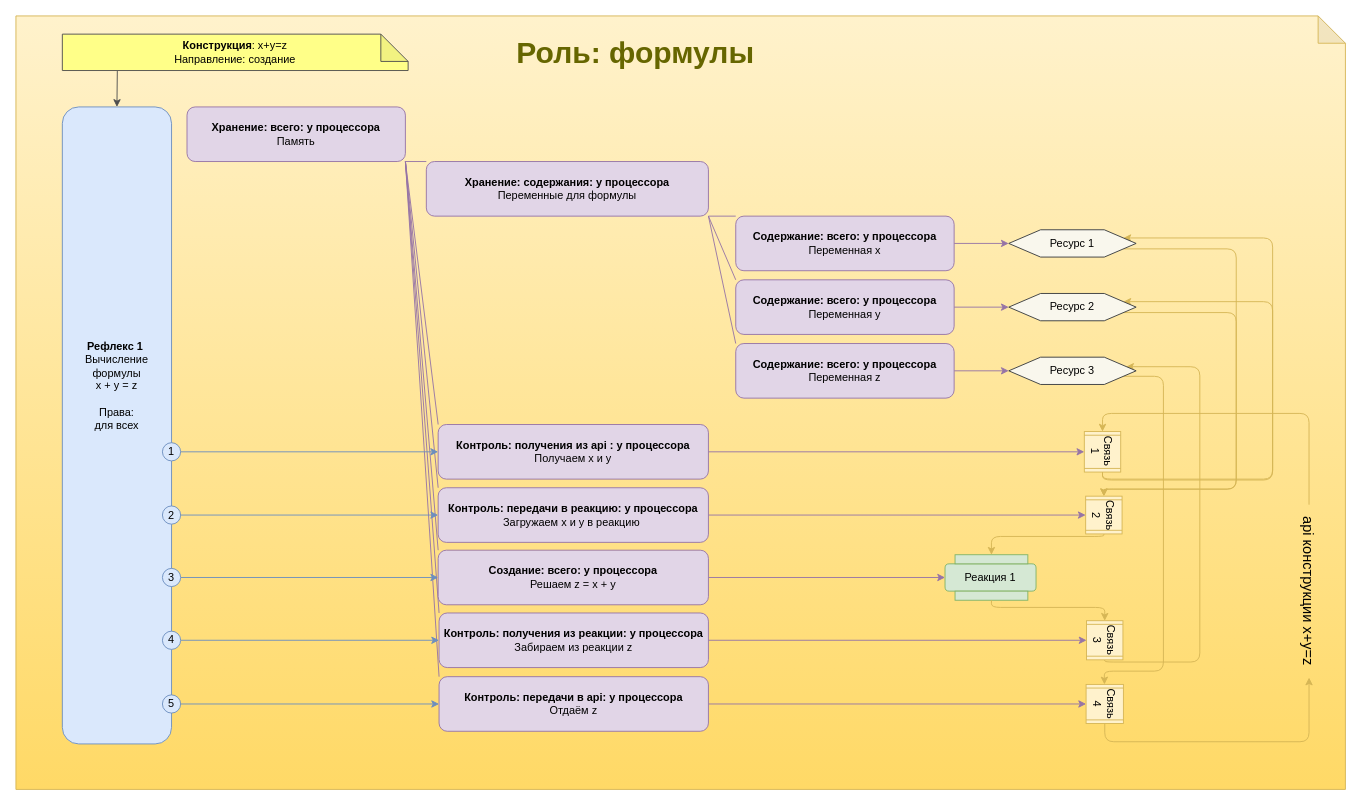
Above: Картинки/Взаимодействие ядра.drawio in it-architector/invention.csdr (draw.io), before the change. Source tidied: cells renumbered, new cells numbered last; positions are measured from the earlier drawing's top-left corner, leaving out a move shared by most shapes. Both pictures are drawn from the tidied source at 91%, with x=0, y=0 at pixel (15, 15).
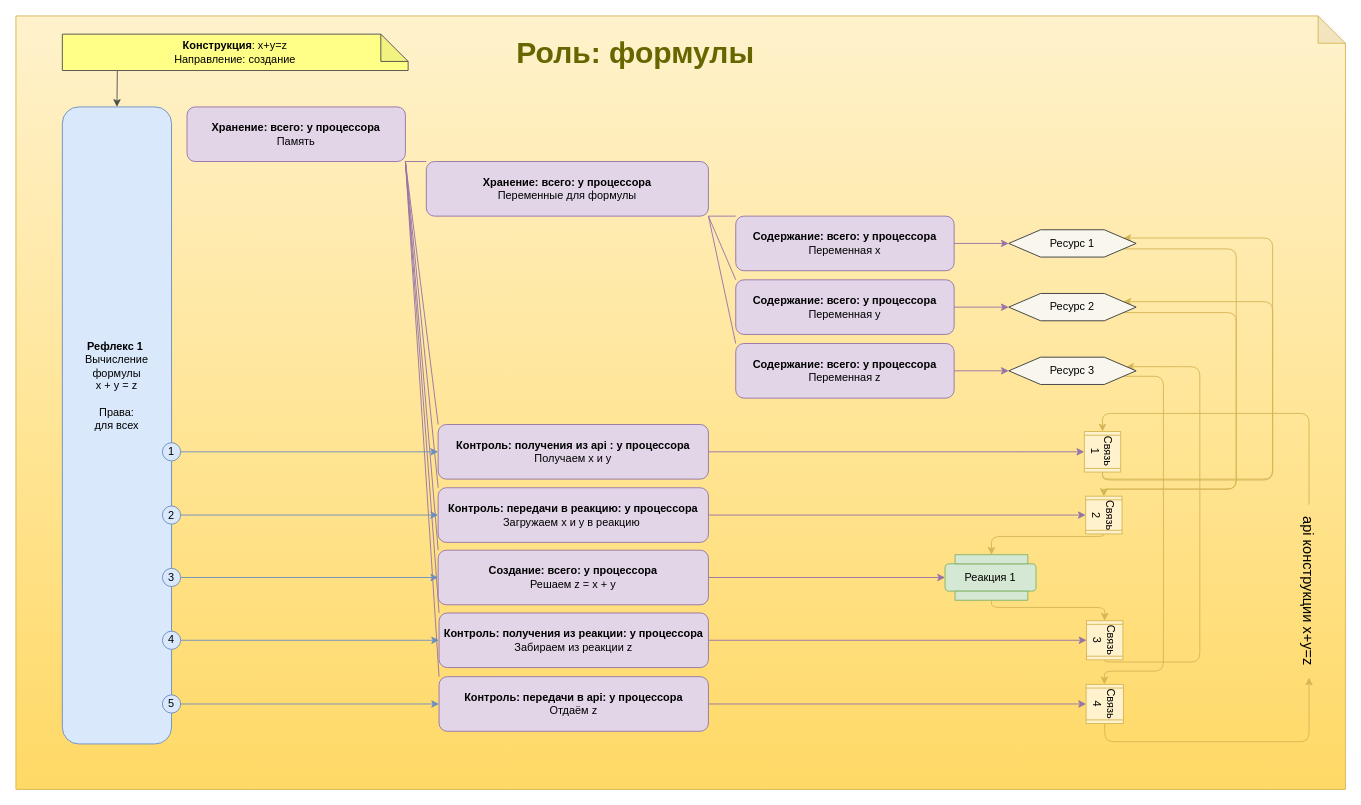
The same diagram, later.

Diff of the diagram source:
```diff
@@
-    <mxCell id="18" value="&lt;b&gt;Хранение: содержания: у&amp;nbsp;&lt;/b&gt;&lt;b&gt;процессора&lt;/b&gt;&lt;br&gt;Переменные для формулы" style="rounded=1;whiteSpace=wrap;html=1;fillColor=#e1d5e7;strokeColor=#9673a6;gradientColor=none;" parent="1" vertex="1">
+    <mxCell id="18" value="&lt;b&gt;Хранение: всего: у&amp;nbsp;&lt;/b&gt;&lt;b&gt;процессора&lt;/b&gt;&lt;br&gt;Переменные для формулы" style="rounded=1;whiteSpace=wrap;html=1;fillColor=#e1d5e7;strokeColor=#9673a6;gradientColor=none;" parent="1" vertex="1">
       <mxGeometry x="451" y="160" width="310" height="60" as="geometry" />
     </mxCell>
```
